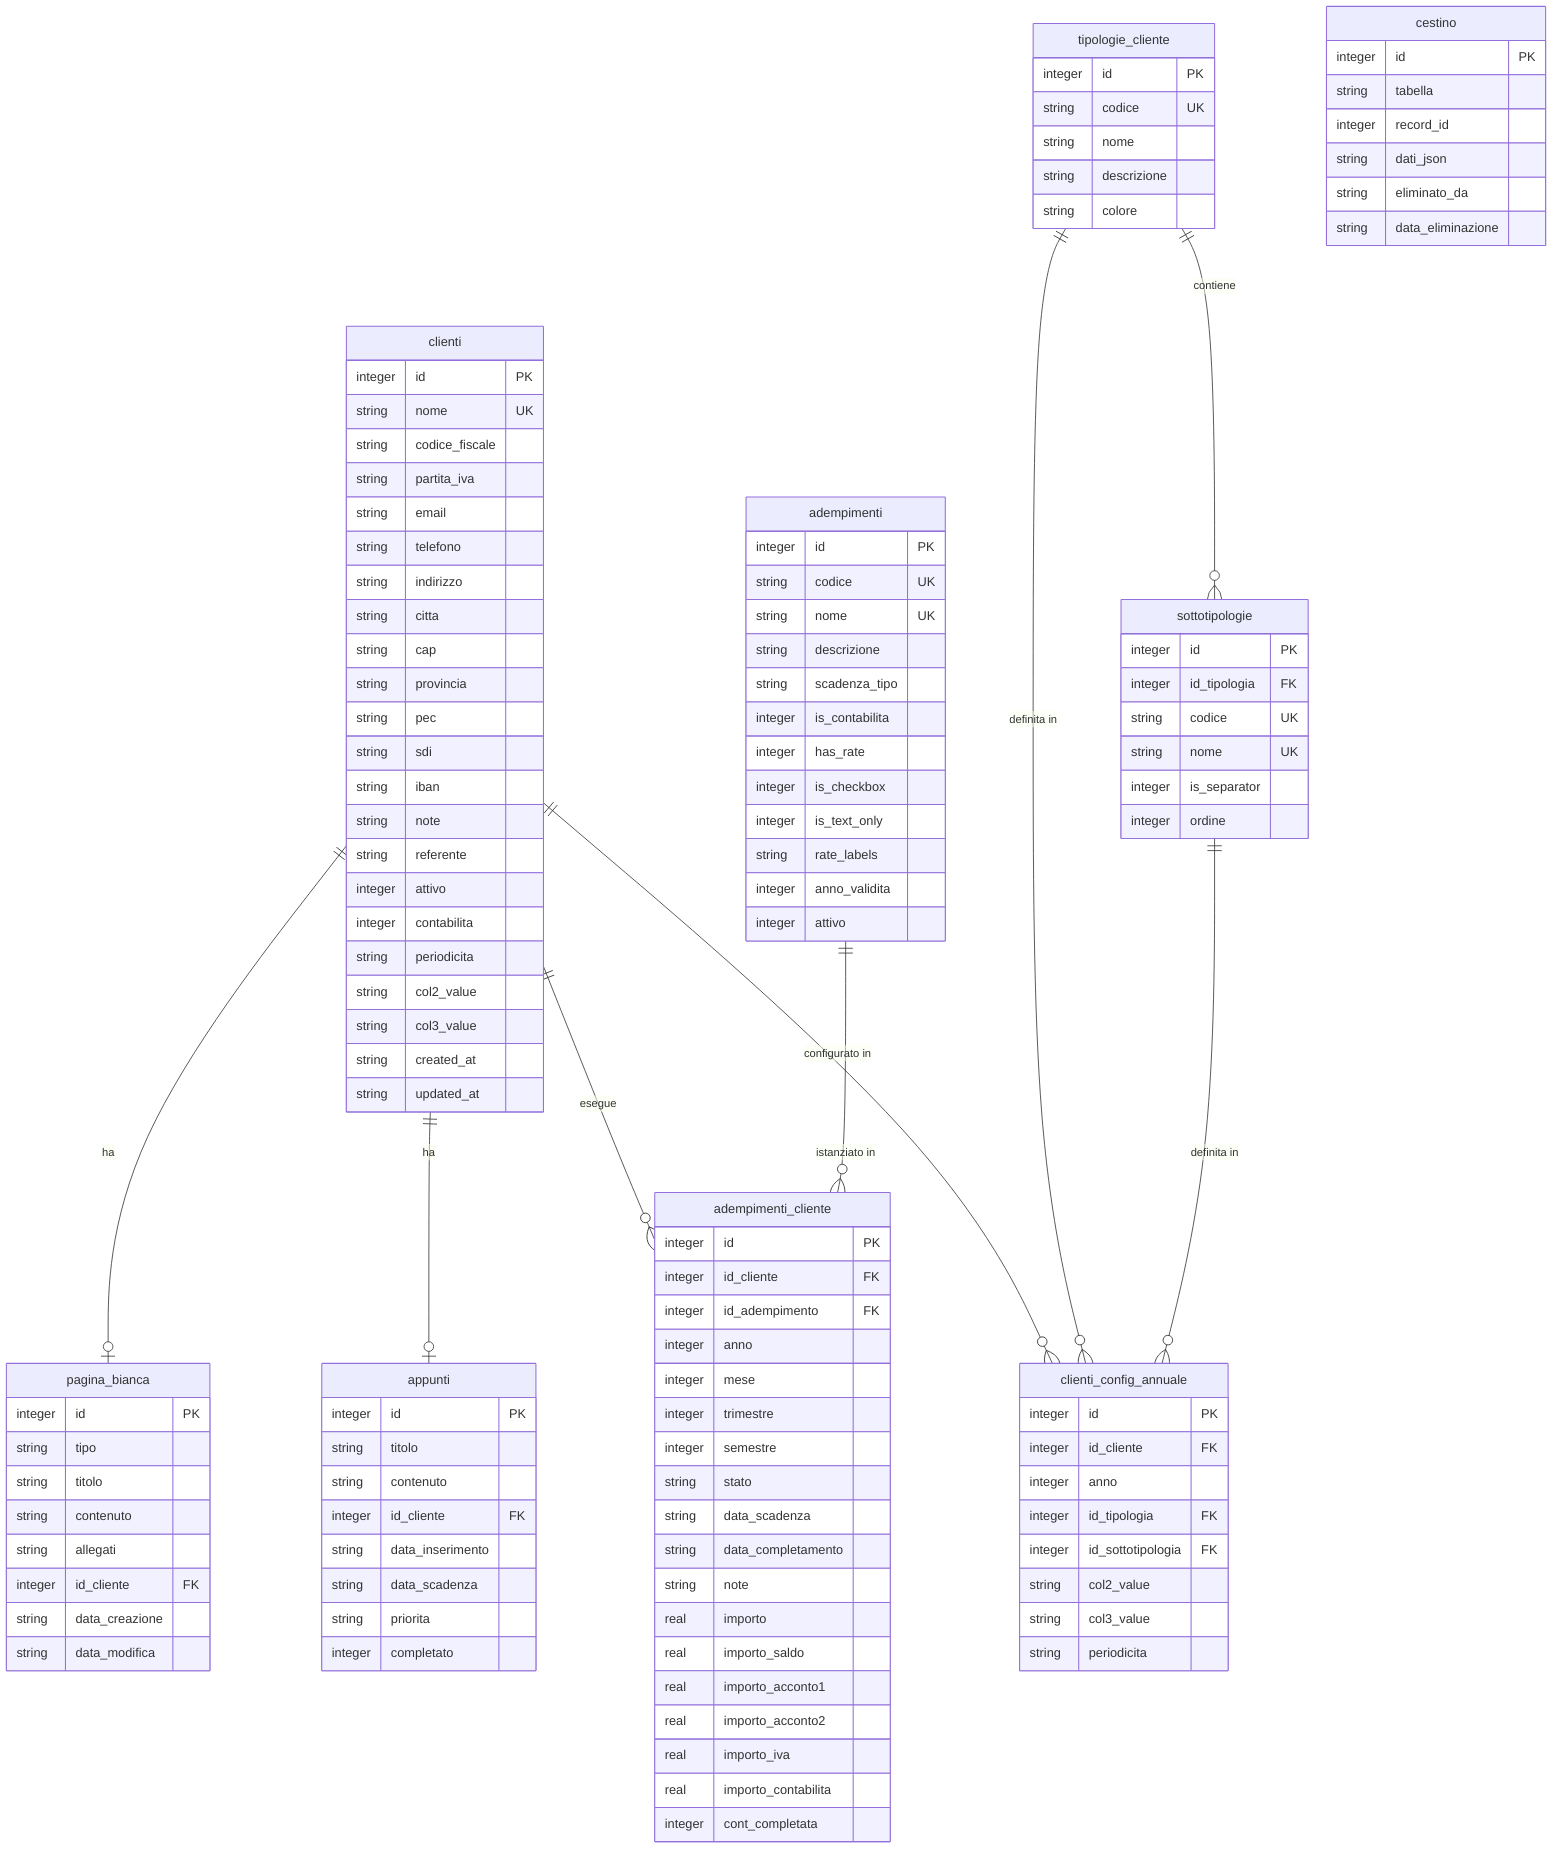
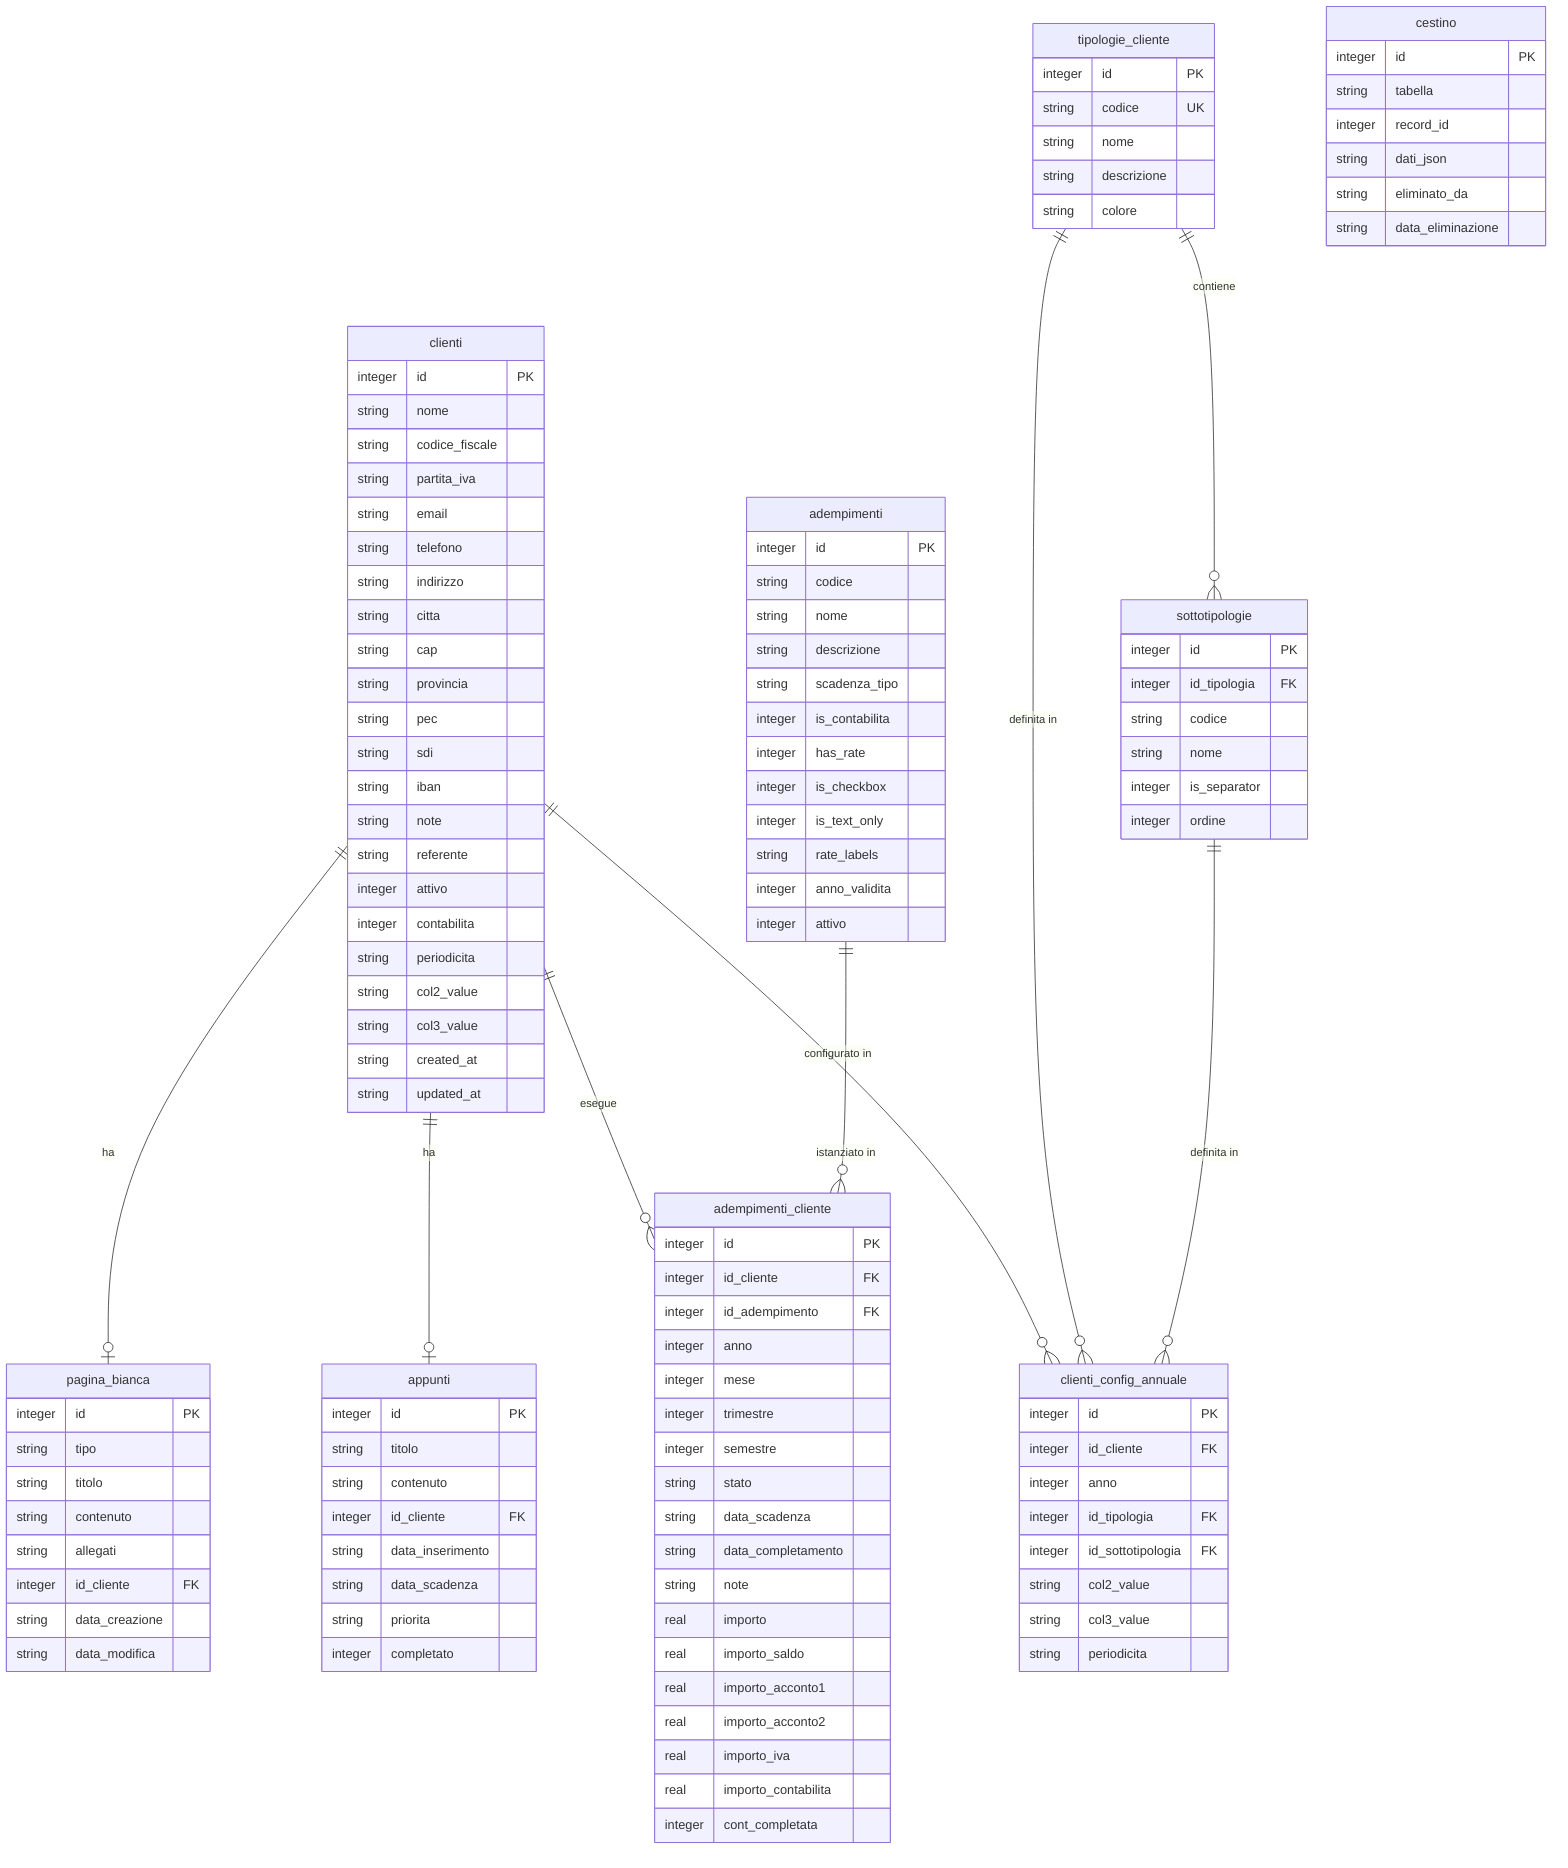
erDiagram
    clienti {
        integer id PK
-         string nome UK
+         string nome
        string codice_fiscale
        string partita_iva
        string email
        string telefono
        string indirizzo
        string citta
        string cap
        string provincia
        string pec
        string sdi
        string iban
        string note
        string referente
        integer attivo
        integer contabilita
        string periodicita
        string col2_value
        string col3_value
        string created_at
        string updated_at
    }

    tipologie_cliente {
        integer id PK
        string codice UK
        string nome
        string descrizione
        string colore
    }

    sottotipologie {
        integer id PK
        integer id_tipologia FK
-         string codice UK
-         string nome UK
+         string codice
+         string nome
        integer is_separator
        integer ordine
    }

    clienti_config_annuale {
        integer id PK
        integer id_cliente FK
        integer anno
        integer id_tipologia FK
        integer id_sottotipologia FK
        string col2_value
        string col3_value
        string periodicita
    }

    adempimenti {
        integer id PK
-         string codice UK
-         string nome UK
+         string codice
+         string nome
        string descrizione
        string scadenza_tipo
        integer is_contabilita
        integer has_rate
        integer is_checkbox
        integer is_text_only
        string rate_labels
        integer anno_validita
        integer attivo
    }

    adempimenti_cliente {
        integer id PK
        integer id_cliente FK
        integer id_adempimento FK
        integer anno
        integer mese
        integer trimestre
        integer semestre
        string stato
        string data_scadenza
        string data_completamento
        string note
        real importo
        real importo_saldo
        real importo_acconto1
        real importo_acconto2
        real importo_iva
        real importo_contabilita
        integer cont_completata
    }

    appunti {
        integer id PK
        string titolo
        string contenuto
        integer id_cliente FK
        string data_inserimento
        string data_scadenza
        string priorita
        integer completato
    }

    pagina_bianca {
        integer id PK
        string tipo
        string titolo
        string contenuto
        string allegati
        integer id_cliente FK
        string data_creazione
        string data_modifica
    }

    cestino {
        integer id PK
        string tabella
        integer record_id
        string dati_json
        string eliminato_da
        string data_eliminazione
    }


    %% Relazioni
    clienti ||--o{ adempimenti_cliente : "esegue"
    clienti ||--o{ clienti_config_annuale : "configurato in"
    clienti ||--o| appunti : "ha"
    clienti ||--o| pagina_bianca : "ha"

    tipologie_cliente ||--o{ sottotipologie : "contiene"
    tipologie_cliente ||--o{ clienti_config_annuale : "definita in"

    sottotipologie ||--o{ clienti_config_annuale : "definita in"

    adempimenti ||--o{ adempimenti_cliente : "istanziato in"